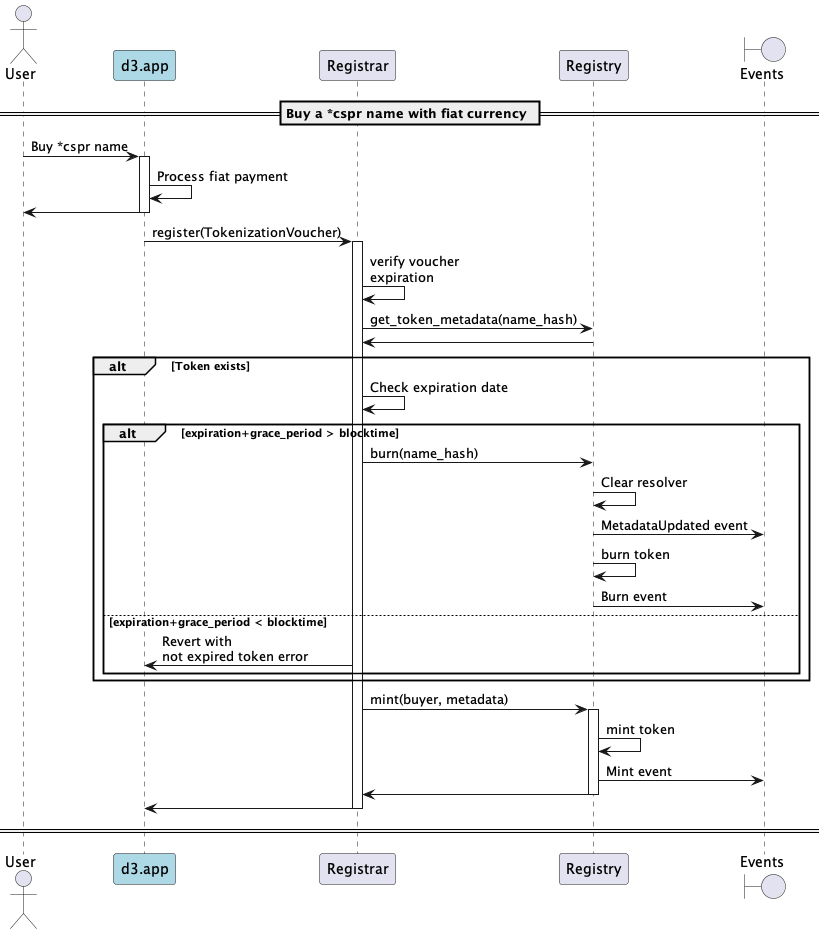
This is docs/sequence-diagrams/puml/offchain-purchase.png from make-software/cspr-name-contracts, a PlantUML export, as it was before one commit.
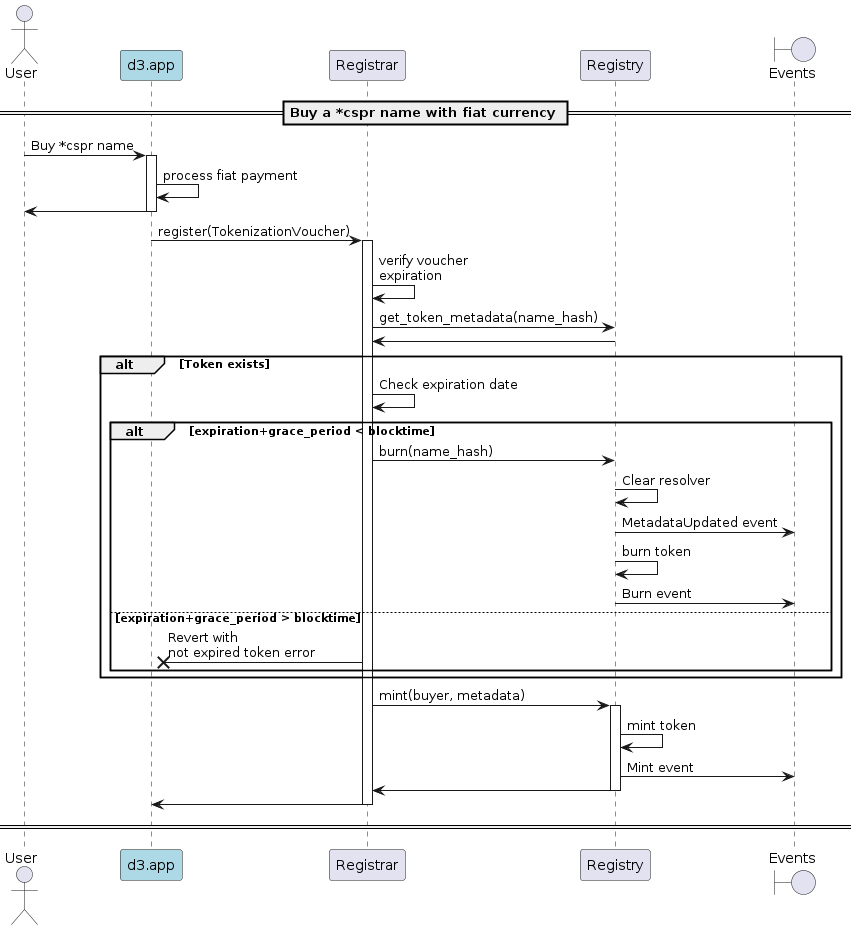
After the change.

Diff of the diagram source:
```diff
@@ -10,7 +10,7 @@
 
 User -> d3: Buy *cspr name
 activate d3
-d3 -> d3: Process fiat payment
+d3 -> d3: process fiat payment
 d3 -> User
 deactivate d3
 
@@ -21,14 +21,14 @@
 Registry -> Registrar
 alt Token exists
     Registrar -> Registrar: Check expiration date
-    alt expiration+grace_period > blocktime
+    alt expiration+grace_period < blocktime
         Registrar -> Registry: burn(name_hash)
         Registry -> Registry: Clear resolver
         Registry -> "Events": MetadataUpdated event
         Registry -> Registry: burn token
         Registry -> "Events": Burn event
-    else expiration+grace_period < blocktime
-        Registrar -> d3: Revert with\nnot expired token error
+    else expiration+grace_period > blocktime
+        Registrar ->x d3: Revert with\nnot expired token error
     end
 end
 Registrar -> Registry: mint(buyer, metadata)
```
